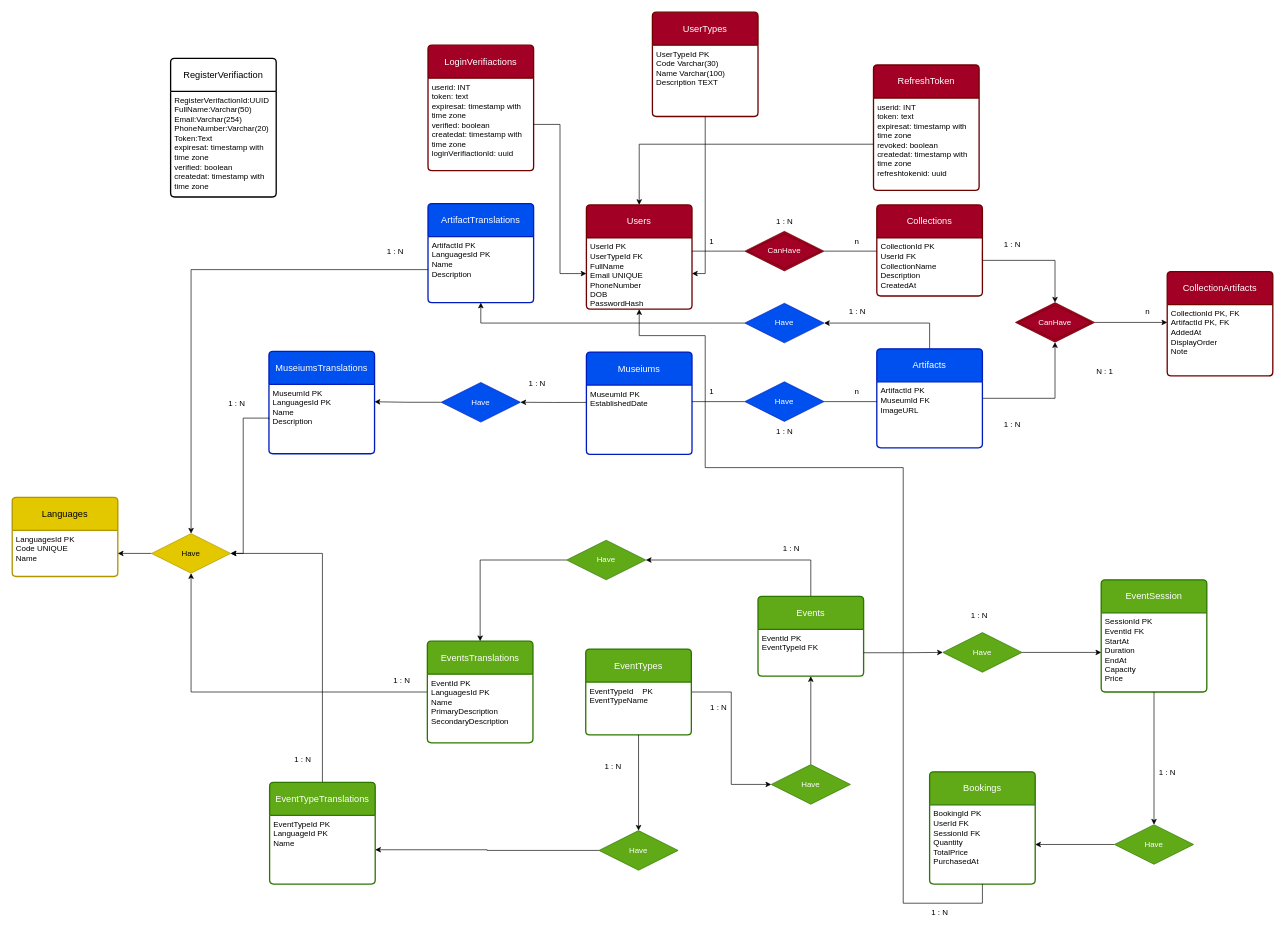
iXZed026/Loghante-Project keeps this draw.io diagram as LoghanteDOC/ERD/LoghanteDB_V1.1.3.drawio. Above is the earlier version. Source tidied: cells renumbered, new cells numbered last; positions are measured from the earlier drawing's top-left corner, leaving out a move shared by most shapes. Both pictures are drawn from the tidied source at 66%, with x=0, y=0 at pixel (12, 12).
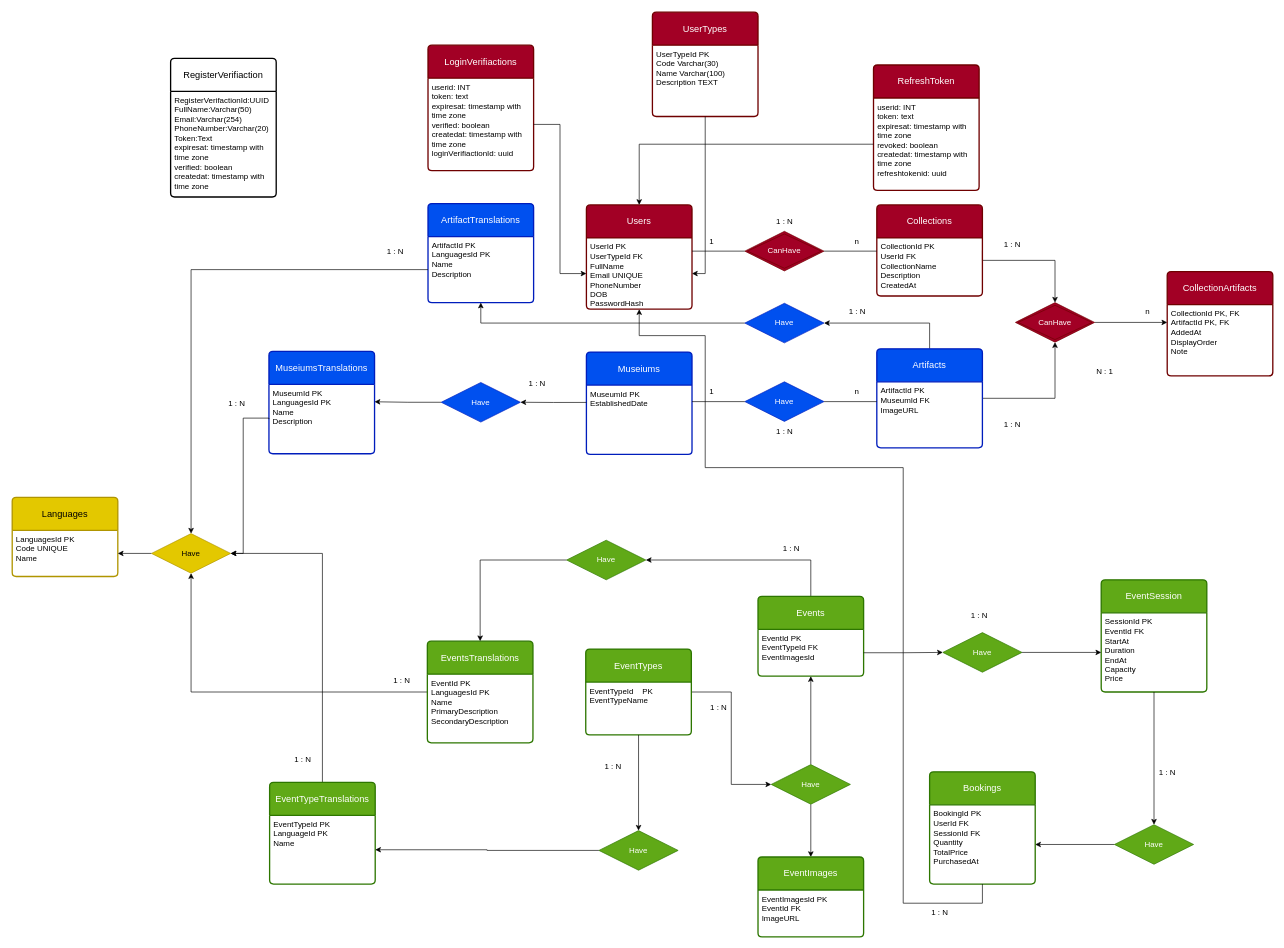
The same page after the edit.

Unchanged cells that the change refers to:
```xml
<mxCell id="34" value="Events" style="swimlane;horizontal=1;startSize=50;rounded=1;fontSize=14;fontStyle=0;strokeWidth=2;shadow=0;dashed=0;align=center;arcSize=4;whiteSpace=wrap;html=1;fillColor=#60a917;fontColor=#ffffff;strokeColor=#2D7600;" parent="1" vertex="1">
  <mxGeometry x="1130" y="885" width="160" height="121" as="geometry" />
</mxCell>
<mxCell id="40" value="Have" style="shape=rhombus;perimeter=rhombusPerimeter;whiteSpace=wrap;html=1;align=center;fillColor=#60a917;fontColor=#ffffff;strokeColor=#2D7600;" parent="1" vertex="1">
  <mxGeometry x="1150" y="1140" width="120" height="60" as="geometry" />
</mxCell>
```

What changed in the source:
```diff
@@
-    <mxCell id="35" value="EventId&lt;span style=&quot;white-space: pre;&quot;&gt; &lt;/span&gt;PK&lt;br&gt;EventTypeId FK&lt;br&gt;" style="align=left;strokeColor=none;fillColor=none;spacingLeft=4;spacingRight=4;fontSize=12;verticalAlign=top;html=1;whiteSpace=wrap;" parent="34" vertex="1">
+    <mxCell id="35" value="EventId&lt;span style=&quot;white-space: pre;&quot;&gt; &lt;/span&gt;PK&lt;br&gt;EventTypeId FK&lt;br&gt;EventImagesId" style="align=left;strokeColor=none;fillColor=none;spacingLeft=4;spacingRight=4;fontSize=12;verticalAlign=top;html=1;whiteSpace=wrap;" parent="34" vertex="1">
       <mxGeometry y="50" width="160" height="71" as="geometry" />
     </mxCell>
@@
+    <mxCell id="101" style="edgeStyle=orthogonalEdgeStyle;rounded=0;jettySize=auto;html=1;exitX=0.5;exitY=1;exitDx=0;exitDy=0;" parent="1" edge="1" source="40" target="102">
+      <mxGeometry relative="1" as="geometry" />
+    </mxCell>
@@
+    <mxCell id="102" value="EventImages" style="swimlane;horizontal=1;startSize=50;rounded=1;fontSize=14;fontStyle=0;strokeWidth=2;shadow=0;dashed=0;align=center;arcSize=4;whiteSpace=wrap;html=1;fillColor=#60a917;fontColor=#ffffff;strokeColor=#2D7600;" parent="1" vertex="1">
+      <mxGeometry x="1130" y="1280" width="160" height="121" as="geometry" />
+    </mxCell>
+    <mxCell id="103" value="EventImagesId PK&lt;br&gt;EventId FK&lt;br&gt;ImageURL" style="align=left;strokeColor=none;fillColor=none;spacingLeft=4;spacingRight=4;fontSize=12;verticalAlign=top;html=1;whiteSpace=wrap;" parent="102" vertex="1">
+      <mxGeometry y="50" width="160" height="71" as="geometry" />
+    </mxCell>
```
